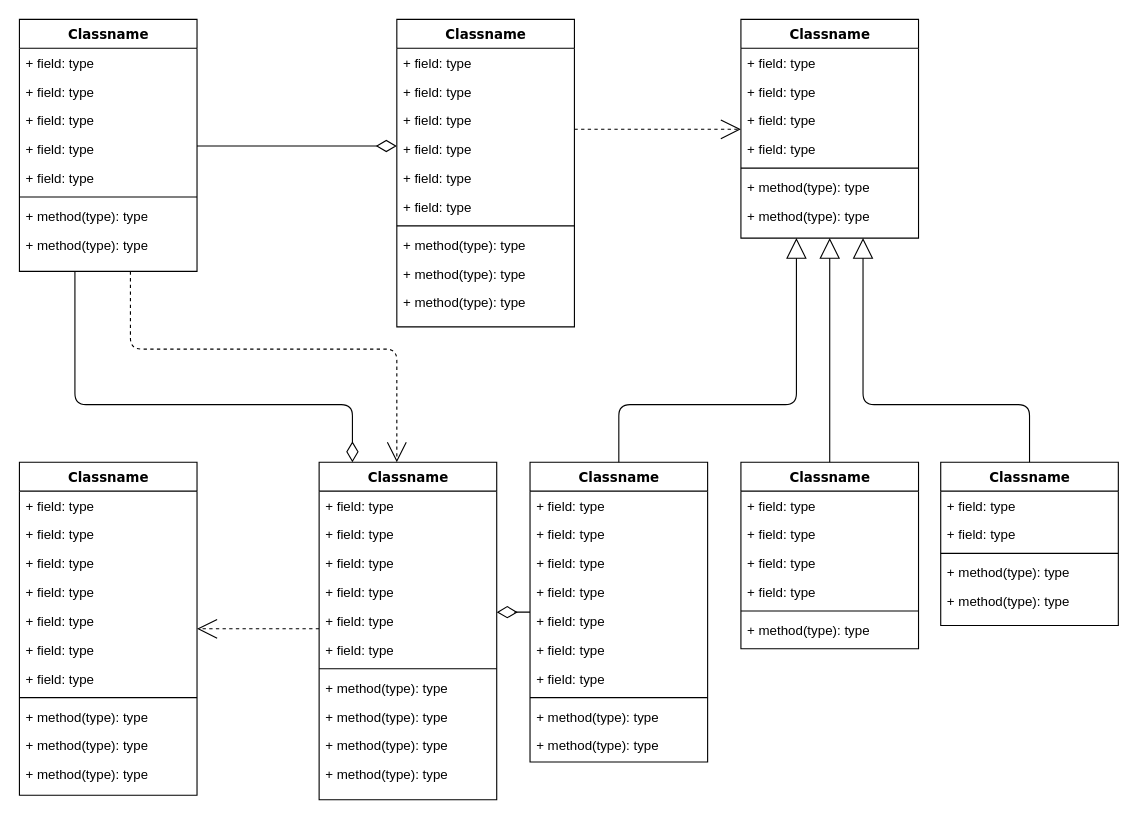
Above: Untitled Diagram.drawio in potatopublic/AFL_Analysis (draw.io), before the change. Source tidied: cells renumbered, new cells numbered last; positions are measured from the earlier drawing's top-left corner, leaving out a move shared by most shapes. Both pictures are drawn from the tidied source at 111%, with x=0, y=0 at pixel (19, 19).
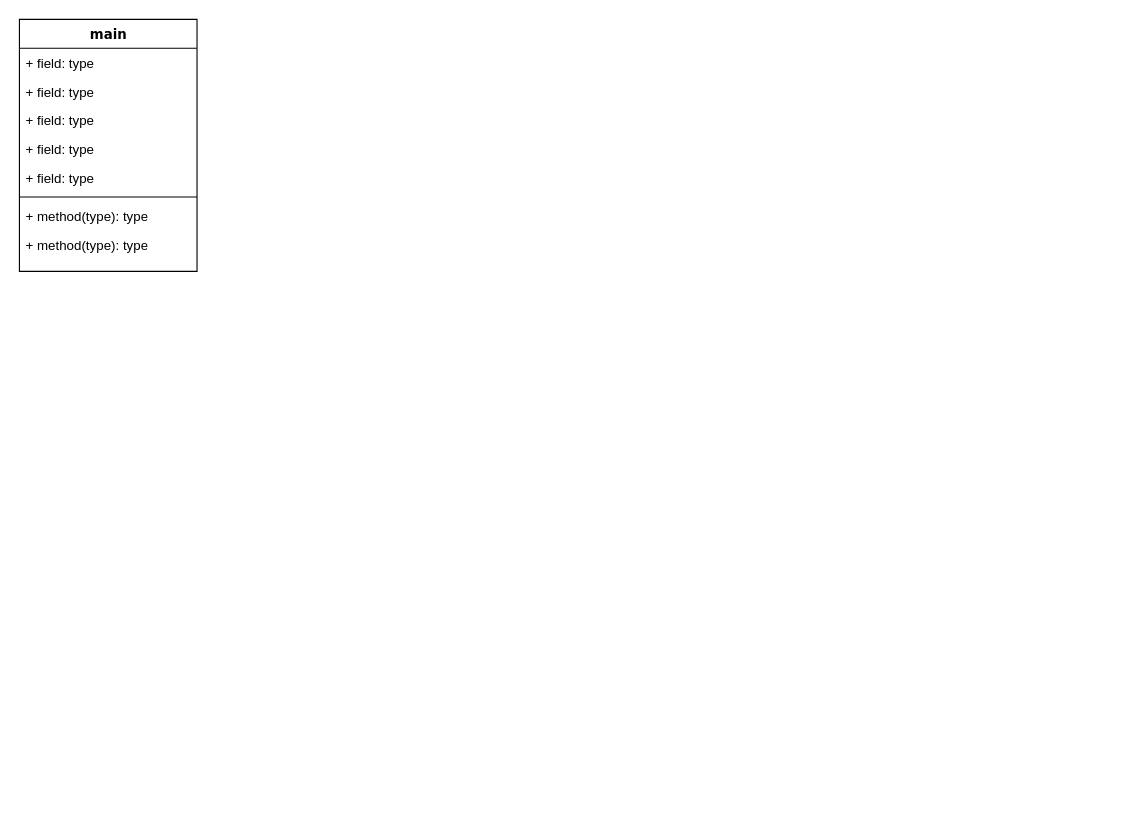
After the change.

Change to the diagram source:
```diff
@@
-    <mxCell id="2" style="edgeStyle=orthogonalEdgeStyle;html=1;labelBackgroundColor=none;startFill=0;startSize=8;endArrow=open;endFill=0;endSize=16;fontFamily=Verdana;fontSize=12;dashed=1;" parent="1" edge="1" source="4" target="47">
-      <mxGeometry relative="1" as="geometry">
-        <Array as="points">
-          <mxPoint x="100" y="297" />
-          <mxPoint x="340" y="297" />
-        </Array>
-      </mxGeometry>
-    </mxCell>
-    <mxCell id="3" style="edgeStyle=orthogonalEdgeStyle;html=1;labelBackgroundColor=none;startFill=0;startSize=8;endArrow=diamondThin;endFill=0;endSize=16;fontFamily=Verdana;fontSize=12;" parent="1" edge="1" source="4" target="47">
-      <mxGeometry relative="1" as="geometry">
-        <Array as="points">
-          <mxPoint x="50" y="347" />
-          <mxPoint x="300" y="347" />
-        </Array>
-      </mxGeometry>
-    </mxCell>
-    <mxCell id="4" value="Classname" style="swimlane;html=1;fontStyle=1;align=center;verticalAlign=top;horizontal=1;startSize=26;swimlaneFillColor=#ffffff;rounded=0;shadow=0;comic=0;labelBackgroundColor=none;strokeWidth=1;fillColor=none;fontFamily=Verdana;fontSize=12;" parent="1" vertex="1">
+    <mxCell id="4" value="main" style="swimlane;html=1;fontStyle=1;align=center;verticalAlign=top;horizontal=1;startSize=26;swimlaneFillColor=#ffffff;rounded=0;shadow=0;comic=0;labelBackgroundColor=none;strokeWidth=1;fillColor=none;fontFamily=Verdana;fontSize=12;" parent="1" vertex="1">
       <mxGeometry width="160" height="227" as="geometry" />
     </mxCell>
@@
-    <mxCell id="13" style="edgeStyle=elbowEdgeStyle;html=1;labelBackgroundColor=none;startFill=0;startSize=8;endArrow=open;endFill=0;endSize=16;fontFamily=Verdana;fontSize=12;elbow=vertical;dashed=1;" parent="1" edge="1" source="14" target="25">
-      <mxGeometry relative="1" as="geometry" />
-    </mxCell>
-    <mxCell id="14" value="Classname" style="swimlane;html=1;fontStyle=1;align=center;verticalAlign=top;horizontal=1;startSize=26;swimlaneFillColor=#ffffff;rounded=0;shadow=0;comic=0;labelBackgroundColor=none;strokeWidth=1;fillColor=none;fontFamily=Verdana;fontSize=12;" parent="1" vertex="1">
-      <mxGeometry x="340" width="160" height="277" as="geometry" />
-    </mxCell>
-    <mxCell id="15" value="+ field: type" style="text;html=1;strokeColor=none;fillColor=none;align=left;verticalAlign=top;spacingLeft=4;spacingRight=4;whiteSpace=wrap;overflow=hidden;" parent="14" vertex="1">
-      <mxGeometry y="26" width="160" height="26" as="geometry" />
-    </mxCell>
-    <mxCell id="16" value="+ field: type" style="text;html=1;strokeColor=none;fillColor=none;align=left;verticalAlign=top;spacingLeft=4;spacingRight=4;whiteSpace=wrap;overflow=hidden;" parent="14" vertex="1">
-      <mxGeometry y="52" width="160" height="26" as="geometry" />
-    </mxCell>
-    <mxCell id="17" value="+ field: type" style="text;html=1;strokeColor=none;fillColor=none;align=left;verticalAlign=top;spacingLeft=4;spacingRight=4;whiteSpace=wrap;overflow=hidden;" parent="14" vertex="1">
-      <mxGeometry y="78" width="160" height="26" as="geometry" />
-    </mxCell>
-    <mxCell id="18" value="+ field: type" style="text;html=1;strokeColor=none;fillColor=none;align=left;verticalAlign=top;spacingLeft=4;spacingRight=4;whiteSpace=wrap;overflow=hidden;" parent="14" vertex="1">
-      <mxGeometry y="104" width="160" height="26" as="geometry" />
-    </mxCell>
-    <mxCell id="19" value="+ field: type" style="text;html=1;strokeColor=none;fillColor=none;align=left;verticalAlign=top;spacingLeft=4;spacingRight=4;whiteSpace=wrap;overflow=hidden;" parent="14" vertex="1">
-      <mxGeometry y="130" width="160" height="26" as="geometry" />
-    </mxCell>
-    <mxCell id="20" value="+ field: type" style="text;html=1;strokeColor=none;fillColor=none;align=left;verticalAlign=top;spacingLeft=4;spacingRight=4;whiteSpace=wrap;overflow=hidden;" parent="14" vertex="1">
-      <mxGeometry y="156" width="160" height="26" as="geometry" />
-    </mxCell>
-    <mxCell id="21" style="line;html=1;strokeWidth=1;fillColor=none;align=left;verticalAlign=middle;spacingTop=-1;spacingLeft=3;spacingRight=3;labelPosition=right;" parent="14" vertex="1">
-      <mxGeometry y="182" width="160" height="8" as="geometry" />
-    </mxCell>
-    <mxCell id="22" value="+ method(type): type" style="text;html=1;strokeColor=none;fillColor=none;align=left;verticalAlign=top;spacingLeft=4;spacingRight=4;whiteSpace=wrap;overflow=hidden;" parent="14" vertex="1">
-      <mxGeometry y="190" width="160" height="26" as="geometry" />
-    </mxCell>
-    <mxCell id="23" value="+ method(type): type" style="text;html=1;strokeColor=none;fillColor=none;align=left;verticalAlign=top;spacingLeft=4;spacingRight=4;whiteSpace=wrap;overflow=hidden;" parent="14" vertex="1">
-      <mxGeometry y="216" width="160" height="26" as="geometry" />
-    </mxCell>
-    <mxCell id="24" value="+ method(type): type" style="text;html=1;strokeColor=none;fillColor=none;align=left;verticalAlign=top;spacingLeft=4;spacingRight=4;whiteSpace=wrap;overflow=hidden;" parent="14" vertex="1">
-      <mxGeometry y="242" width="160" height="26" as="geometry" />
-    </mxCell>
-    <mxCell id="25" value="Classname" style="swimlane;html=1;fontStyle=1;align=center;verticalAlign=top;horizontal=1;startSize=26;swimlaneFillColor=#ffffff;rounded=0;shadow=0;comic=0;labelBackgroundColor=none;strokeWidth=1;fillColor=none;fontFamily=Verdana;fontSize=12;" parent="1" vertex="1">
-      <mxGeometry x="650" width="160" height="197" as="geometry" />
-    </mxCell>
-    <mxCell id="26" value="+ field: type" style="text;html=1;strokeColor=none;fillColor=none;align=left;verticalAlign=top;spacingLeft=4;spacingRight=4;whiteSpace=wrap;overflow=hidden;" parent="25" vertex="1">
-      <mxGeometry y="26" width="160" height="26" as="geometry" />
-    </mxCell>
-    <mxCell id="27" value="+ field: type" style="text;html=1;strokeColor=none;fillColor=none;align=left;verticalAlign=top;spacingLeft=4;spacingRight=4;whiteSpace=wrap;overflow=hidden;" parent="25" vertex="1">
-      <mxGeometry y="52" width="160" height="26" as="geometry" />
-    </mxCell>
-    <mxCell id="28" value="+ field: type" style="text;html=1;strokeColor=none;fillColor=none;align=left;verticalAlign=top;spacingLeft=4;spacingRight=4;whiteSpace=wrap;overflow=hidden;" parent="25" vertex="1">
-      <mxGeometry y="78" width="160" height="26" as="geometry" />
-    </mxCell>
-    <mxCell id="29" value="+ field: type" style="text;html=1;strokeColor=none;fillColor=none;align=left;verticalAlign=top;spacingLeft=4;spacingRight=4;whiteSpace=wrap;overflow=hidden;" parent="25" vertex="1">
-      <mxGeometry y="104" width="160" height="26" as="geometry" />
-    </mxCell>
-    <mxCell id="30" style="line;html=1;strokeWidth=1;fillColor=none;align=left;verticalAlign=middle;spacingTop=-1;spacingLeft=3;spacingRight=3;labelPosition=right;" parent="25" vertex="1">
-      <mxGeometry y="130" width="160" height="8" as="geometry" />
-    </mxCell>
-    <mxCell id="31" value="+ method(type): type" style="text;html=1;strokeColor=none;fillColor=none;align=left;verticalAlign=top;spacingLeft=4;spacingRight=4;whiteSpace=wrap;overflow=hidden;" parent="25" vertex="1">
-      <mxGeometry y="138" width="160" height="26" as="geometry" />
-    </mxCell>
-    <mxCell id="32" value="+ method(type): type" style="text;html=1;strokeColor=none;fillColor=none;align=left;verticalAlign=top;spacingLeft=4;spacingRight=4;whiteSpace=wrap;overflow=hidden;" parent="25" vertex="1">
-      <mxGeometry y="164" width="160" height="26" as="geometry" />
-    </mxCell>
-    <mxCell id="33" style="edgeStyle=elbowEdgeStyle;html=1;labelBackgroundColor=none;startFill=0;startSize=8;endArrow=open;endFill=0;endSize=16;fontFamily=Verdana;fontSize=12;elbow=vertical;dashed=1;" parent="1" edge="1" source="47" target="34">
-      <mxGeometry relative="1" as="geometry" />
-    </mxCell>
-    <mxCell id="34" value="Classname" style="swimlane;html=1;fontStyle=1;align=center;verticalAlign=top;horizontal=1;startSize=26;swimlaneFillColor=#ffffff;rounded=0;shadow=0;comic=0;labelBackgroundColor=none;strokeWidth=1;fillColor=none;fontFamily=Verdana;fontSize=12;" parent="1" vertex="1">
-      <mxGeometry y="399" width="160" height="300" as="geometry" />
-    </mxCell>
-    <mxCell id="35" value="+ field: type" style="text;html=1;strokeColor=none;fillColor=none;align=left;verticalAlign=top;spacingLeft=4;spacingRight=4;whiteSpace=wrap;overflow=hidden;" parent="34" vertex="1">
-      <mxGeometry y="26" width="160" height="26" as="geometry" />
-    </mxCell>
-    <mxCell id="36" value="+ field: type" style="text;html=1;strokeColor=none;fillColor=none;align=left;verticalAlign=top;spacingLeft=4;spacingRight=4;whiteSpace=wrap;overflow=hidden;" parent="34" vertex="1">
-      <mxGeometry y="52" width="160" height="26" as="geometry" />
-    </mxCell>
-    <mxCell id="37" value="+ field: type" style="text;html=1;strokeColor=none;fillColor=none;align=left;verticalAlign=top;spacingLeft=4;spacingRight=4;whiteSpace=wrap;overflow=hidden;" parent="34" vertex="1">
-      <mxGeometry y="78" width="160" height="26" as="geometry" />
-    </mxCell>
-    <mxCell id="38" value="+ field: type" style="text;html=1;strokeColor=none;fillColor=none;align=left;verticalAlign=top;spacingLeft=4;spacingRight=4;whiteSpace=wrap;overflow=hidden;" parent="34" vertex="1">
-      <mxGeometry y="104" width="160" height="26" as="geometry" />
-    </mxCell>
-    <mxCell id="39" value="+ field: type" style="text;html=1;strokeColor=none;fillColor=none;align=left;verticalAlign=top;spacingLeft=4;spacingRight=4;whiteSpace=wrap;overflow=hidden;" parent="34" vertex="1">
-      <mxGeometry y="130" width="160" height="26" as="geometry" />
-    </mxCell>
-    <mxCell id="40" value="+ field: type" style="text;html=1;strokeColor=none;fillColor=none;align=left;verticalAlign=top;spacingLeft=4;spacingRight=4;whiteSpace=wrap;overflow=hidden;" parent="34" vertex="1">
-      <mxGeometry y="156" width="160" height="26" as="geometry" />
-    </mxCell>
-    <mxCell id="41" value="+ field: type" style="text;html=1;strokeColor=none;fillColor=none;align=left;verticalAlign=top;spacingLeft=4;spacingRight=4;whiteSpace=wrap;overflow=hidden;" parent="34" vertex="1">
-      <mxGeometry y="182" width="160" height="26" as="geometry" />
-    </mxCell>
-    <mxCell id="42" style="line;html=1;strokeWidth=1;fillColor=none;align=left;verticalAlign=middle;spacingTop=-1;spacingLeft=3;spacingRight=3;labelPosition=right;" parent="34" vertex="1">
-      <mxGeometry y="208" width="160" height="8" as="geometry" />
-    </mxCell>
-    <mxCell id="43" value="+ method(type): type" style="text;html=1;strokeColor=none;fillColor=none;align=left;verticalAlign=top;spacingLeft=4;spacingRight=4;whiteSpace=wrap;overflow=hidden;" parent="34" vertex="1">
-      <mxGeometry y="216" width="160" height="26" as="geometry" />
-    </mxCell>
-    <mxCell id="44" value="+ method(type): type" style="text;html=1;strokeColor=none;fillColor=none;align=left;verticalAlign=top;spacingLeft=4;spacingRight=4;whiteSpace=wrap;overflow=hidden;" parent="34" vertex="1">
-      <mxGeometry y="242" width="160" height="26" as="geometry" />
-    </mxCell>
-    <mxCell id="45" value="+ method(type): type" style="text;html=1;strokeColor=none;fillColor=none;align=left;verticalAlign=top;spacingLeft=4;spacingRight=4;whiteSpace=wrap;overflow=hidden;" parent="34" vertex="1">
-      <mxGeometry y="268" width="160" height="26" as="geometry" />
-    </mxCell>
-    <mxCell id="46" style="edgeStyle=elbowEdgeStyle;html=1;labelBackgroundColor=none;startFill=0;startSize=8;endArrow=diamondThin;endFill=0;endSize=16;fontFamily=Verdana;fontSize=12;elbow=vertical;" parent="1" edge="1" source="60" target="47">
-      <mxGeometry relative="1" as="geometry" />
-    </mxCell>
-    <mxCell id="47" value="Classname" style="swimlane;html=1;fontStyle=1;align=center;verticalAlign=top;horizontal=1;startSize=26;swimlaneFillColor=#ffffff;rounded=0;shadow=0;comic=0;labelBackgroundColor=none;strokeWidth=1;fillColor=none;fontFamily=Verdana;fontSize=12;" parent="1" vertex="1">
-      <mxGeometry x="270" y="399" width="160" height="304" as="geometry" />
-    </mxCell>
-    <mxCell id="48" value="+ field: type" style="text;html=1;strokeColor=none;fillColor=none;align=left;verticalAlign=top;spacingLeft=4;spacingRight=4;whiteSpace=wrap;overflow=hidden;" parent="47" vertex="1">
-      <mxGeometry y="26" width="160" height="26" as="geometry" />
-    </mxCell>
-    <mxCell id="49" value="+ field: type" style="text;html=1;strokeColor=none;fillColor=none;align=left;verticalAlign=top;spacingLeft=4;spacingRight=4;whiteSpace=wrap;overflow=hidden;" parent="47" vertex="1">
-      <mxGeometry y="52" width="160" height="26" as="geometry" />
-    </mxCell>
-    <mxCell id="50" value="+ field: type" style="text;html=1;strokeColor=none;fillColor=none;align=left;verticalAlign=top;spacingLeft=4;spacingRight=4;whiteSpace=wrap;overflow=hidden;" parent="47" vertex="1">
-      <mxGeometry y="78" width="160" height="26" as="geometry" />
-    </mxCell>
-    <mxCell id="51" value="+ field: type" style="text;html=1;strokeColor=none;fillColor=none;align=left;verticalAlign=top;spacingLeft=4;spacingRight=4;whiteSpace=wrap;overflow=hidden;" parent="47" vertex="1">
-      <mxGeometry y="104" width="160" height="26" as="geometry" />
-    </mxCell>
-    <mxCell id="52" value="+ field: type" style="text;html=1;strokeColor=none;fillColor=none;align=left;verticalAlign=top;spacingLeft=4;spacingRight=4;whiteSpace=wrap;overflow=hidden;" parent="47" vertex="1">
-      <mxGeometry y="130" width="160" height="26" as="geometry" />
-    </mxCell>
-    <mxCell id="53" value="+ field: type" style="text;html=1;strokeColor=none;fillColor=none;align=left;verticalAlign=top;spacingLeft=4;spacingRight=4;whiteSpace=wrap;overflow=hidden;" parent="47" vertex="1">
-      <mxGeometry y="156" width="160" height="26" as="geometry" />
-    </mxCell>
-    <mxCell id="54" style="line;html=1;strokeWidth=1;fillColor=none;align=left;verticalAlign=middle;spacingTop=-1;spacingLeft=3;spacingRight=3;labelPosition=right;" parent="47" vertex="1">
-      <mxGeometry y="182" width="160" height="8" as="geometry" />
-    </mxCell>
-    <mxCell id="55" value="+ method(type): type" style="text;html=1;strokeColor=none;fillColor=none;align=left;verticalAlign=top;spacingLeft=4;spacingRight=4;whiteSpace=wrap;overflow=hidden;" parent="47" vertex="1">
-      <mxGeometry y="190" width="160" height="26" as="geometry" />
-    </mxCell>
-    <mxCell id="56" value="+ method(type): type" style="text;html=1;strokeColor=none;fillColor=none;align=left;verticalAlign=top;spacingLeft=4;spacingRight=4;whiteSpace=wrap;overflow=hidden;" parent="47" vertex="1">
-      <mxGeometry y="216" width="160" height="26" as="geometry" />
-    </mxCell>
-    <mxCell id="57" value="+ method(type): type" style="text;html=1;strokeColor=none;fillColor=none;align=left;verticalAlign=top;spacingLeft=4;spacingRight=4;whiteSpace=wrap;overflow=hidden;" parent="47" vertex="1">
-      <mxGeometry y="242" width="160" height="26" as="geometry" />
-    </mxCell>
-    <mxCell id="58" value="+ method(type): type" style="text;html=1;strokeColor=none;fillColor=none;align=left;verticalAlign=top;spacingLeft=4;spacingRight=4;whiteSpace=wrap;overflow=hidden;" parent="47" vertex="1">
-      <mxGeometry y="268" width="160" height="26" as="geometry" />
-    </mxCell>
-    <mxCell id="59" style="edgeStyle=orthogonalEdgeStyle;html=1;labelBackgroundColor=none;startFill=0;startSize=8;endArrow=block;endFill=0;endSize=16;fontFamily=Verdana;fontSize=12;" parent="1" edge="1" source="60" target="25">
-      <mxGeometry relative="1" as="geometry">
-        <Array as="points">
-          <mxPoint x="540" y="347" />
-          <mxPoint x="700" y="347" />
-        </Array>
-      </mxGeometry>
-    </mxCell>
-    <mxCell id="60" value="Classname" style="swimlane;html=1;fontStyle=1;align=center;verticalAlign=top;horizontal=1;startSize=26;swimlaneFillColor=#ffffff;rounded=0;shadow=0;comic=0;labelBackgroundColor=none;strokeWidth=1;fillColor=none;fontFamily=Verdana;fontSize=12;" parent="1" vertex="1">
-      <mxGeometry x="460" y="399" width="160" height="270" as="geometry" />
-    </mxCell>
-    <mxCell id="61" value="+ field: type" style="text;html=1;strokeColor=none;fillColor=none;align=left;verticalAlign=top;spacingLeft=4;spacingRight=4;whiteSpace=wrap;overflow=hidden;" parent="60" vertex="1">
-      <mxGeometry y="26" width="160" height="26" as="geometry" />
-    </mxCell>
-    <mxCell id="62" value="+ field: type" style="text;html=1;strokeColor=none;fillColor=none;align=left;verticalAlign=top;spacingLeft=4;spacingRight=4;whiteSpace=wrap;overflow=hidden;" parent="60" vertex="1">
-      <mxGeometry y="52" width="160" height="26" as="geometry" />
-    </mxCell>
-    <mxCell id="63" value="+ field: type" style="text;html=1;strokeColor=none;fillColor=none;align=left;verticalAlign=top;spacingLeft=4;spacingRight=4;whiteSpace=wrap;overflow=hidden;" parent="60" vertex="1">
-      <mxGeometry y="78" width="160" height="26" as="geometry" />
-    </mxCell>
-    <mxCell id="64" value="+ field: type" style="text;html=1;strokeColor=none;fillColor=none;align=left;verticalAlign=top;spacingLeft=4;spacingRight=4;whiteSpace=wrap;overflow=hidden;" parent="60" vertex="1">
-      <mxGeometry y="104" width="160" height="26" as="geometry" />
-    </mxCell>
-    <mxCell id="65" value="+ field: type" style="text;html=1;strokeColor=none;fillColor=none;align=left;verticalAlign=top;spacingLeft=4;spacingRight=4;whiteSpace=wrap;overflow=hidden;" parent="60" vertex="1">
-      <mxGeometry y="130" width="160" height="26" as="geometry" />
-    </mxCell>
-    <mxCell id="66" value="+ field: type" style="text;html=1;strokeColor=none;fillColor=none;align=left;verticalAlign=top;spacingLeft=4;spacingRight=4;whiteSpace=wrap;overflow=hidden;" parent="60" vertex="1">
-      <mxGeometry y="156" width="160" height="26" as="geometry" />
-    </mxCell>
-    <mxCell id="67" value="+ field: type" style="text;html=1;strokeColor=none;fillColor=none;align=left;verticalAlign=top;spacingLeft=4;spacingRight=4;whiteSpace=wrap;overflow=hidden;" parent="60" vertex="1">
-      <mxGeometry y="182" width="160" height="26" as="geometry" />
-    </mxCell>
-    <mxCell id="68" style="line;html=1;strokeWidth=1;fillColor=none;align=left;verticalAlign=middle;spacingTop=-1;spacingLeft=3;spacingRight=3;labelPosition=right;" parent="60" vertex="1">
-      <mxGeometry y="208" width="160" height="8" as="geometry" />
-    </mxCell>
-    <mxCell id="69" value="+ method(type): type" style="text;html=1;strokeColor=none;fillColor=none;align=left;verticalAlign=top;spacingLeft=4;spacingRight=4;whiteSpace=wrap;overflow=hidden;" parent="60" vertex="1">
-      <mxGeometry y="216" width="160" height="26" as="geometry" />
-    </mxCell>
-    <mxCell id="70" value="+ method(type): type" style="text;html=1;strokeColor=none;fillColor=none;align=left;verticalAlign=top;spacingLeft=4;spacingRight=4;whiteSpace=wrap;overflow=hidden;" parent="60" vertex="1">
-      <mxGeometry y="242" width="160" height="26" as="geometry" />
-    </mxCell>
-    <mxCell id="71" style="edgeStyle=orthogonalEdgeStyle;html=1;labelBackgroundColor=none;startFill=0;startSize=8;endArrow=block;endFill=0;endSize=16;fontFamily=Verdana;fontSize=12;" parent="1" edge="1" source="72" target="25">
-      <mxGeometry relative="1" as="geometry" />
-    </mxCell>
-    <mxCell id="72" value="Classname" style="swimlane;html=1;fontStyle=1;align=center;verticalAlign=top;horizontal=1;startSize=26;swimlaneFillColor=#ffffff;rounded=0;shadow=0;comic=0;labelBackgroundColor=none;strokeWidth=1;fillColor=none;fontFamily=Verdana;fontSize=12;" parent="1" vertex="1">
-      <mxGeometry x="650" y="399" width="160" height="168" as="geometry" />
-    </mxCell>
-    <mxCell id="73" value="+ field: type" style="text;html=1;strokeColor=none;fillColor=none;align=left;verticalAlign=top;spacingLeft=4;spacingRight=4;whiteSpace=wrap;overflow=hidden;" parent="72" vertex="1">
-      <mxGeometry y="26" width="160" height="26" as="geometry" />
-    </mxCell>
-    <mxCell id="74" value="+ field: type" style="text;html=1;strokeColor=none;fillColor=none;align=left;verticalAlign=top;spacingLeft=4;spacingRight=4;whiteSpace=wrap;overflow=hidden;" parent="72" vertex="1">
-      <mxGeometry y="52" width="160" height="26" as="geometry" />
-    </mxCell>
-    <mxCell id="75" value="+ field: type" style="text;html=1;strokeColor=none;fillColor=none;align=left;verticalAlign=top;spacingLeft=4;spacingRight=4;whiteSpace=wrap;overflow=hidden;" parent="72" vertex="1">
-      <mxGeometry y="78" width="160" height="26" as="geometry" />
-    </mxCell>
-    <mxCell id="76" value="+ field: type" style="text;html=1;strokeColor=none;fillColor=none;align=left;verticalAlign=top;spacingLeft=4;spacingRight=4;whiteSpace=wrap;overflow=hidden;" parent="72" vertex="1">
-      <mxGeometry y="104" width="160" height="26" as="geometry" />
-    </mxCell>
-    <mxCell id="77" style="line;html=1;strokeWidth=1;fillColor=none;align=left;verticalAlign=middle;spacingTop=-1;spacingLeft=3;spacingRight=3;labelPosition=right;" parent="72" vertex="1">
-      <mxGeometry y="130" width="160" height="8" as="geometry" />
-    </mxCell>
-    <mxCell id="78" value="+ method(type): type" style="text;html=1;strokeColor=none;fillColor=none;align=left;verticalAlign=top;spacingLeft=4;spacingRight=4;whiteSpace=wrap;overflow=hidden;" parent="72" vertex="1">
-      <mxGeometry y="138" width="160" height="26" as="geometry" />
-    </mxCell>
-    <mxCell id="79" style="edgeStyle=orthogonalEdgeStyle;html=1;labelBackgroundColor=none;startFill=0;startSize=8;endArrow=block;endFill=0;endSize=16;fontFamily=Verdana;fontSize=12;" parent="1" edge="1" source="80" target="25">
-      <mxGeometry relative="1" as="geometry">
-        <Array as="points">
-          <mxPoint x="910" y="347" />
-          <mxPoint x="760" y="347" />
-        </Array>
-      </mxGeometry>
-    </mxCell>
-    <mxCell id="80" value="Classname" style="swimlane;html=1;fontStyle=1;align=center;verticalAlign=top;horizontal=1;startSize=26;swimlaneFillColor=#ffffff;rounded=0;shadow=0;comic=0;labelBackgroundColor=none;strokeWidth=1;fillColor=none;fontFamily=Verdana;fontSize=12;" parent="1" vertex="1">
-      <mxGeometry x="830" y="399" width="160" height="147" as="geometry" />
-    </mxCell>
-    <mxCell id="81" value="+ field: type" style="text;html=1;strokeColor=none;fillColor=none;align=left;verticalAlign=top;spacingLeft=4;spacingRight=4;whiteSpace=wrap;overflow=hidden;" parent="80" vertex="1">
-      <mxGeometry y="26" width="160" height="26" as="geometry" />
-    </mxCell>
-    <mxCell id="82" value="+ field: type" style="text;html=1;strokeColor=none;fillColor=none;align=left;verticalAlign=top;spacingLeft=4;spacingRight=4;whiteSpace=wrap;overflow=hidden;" parent="80" vertex="1">
-      <mxGeometry y="52" width="160" height="26" as="geometry" />
-    </mxCell>
-    <mxCell id="83" style="line;html=1;strokeWidth=1;fillColor=none;align=left;verticalAlign=middle;spacingTop=-1;spacingLeft=3;spacingRight=3;labelPosition=right;" parent="80" vertex="1">
-      <mxGeometry y="78" width="160" height="8" as="geometry" />
-    </mxCell>
-    <mxCell id="84" value="+ method(type): type" style="text;html=1;strokeColor=none;fillColor=none;align=left;verticalAlign=top;spacingLeft=4;spacingRight=4;whiteSpace=wrap;overflow=hidden;" parent="80" vertex="1">
-      <mxGeometry y="86" width="160" height="26" as="geometry" />
-    </mxCell>
-    <mxCell id="85" value="+ method(type): type" style="text;html=1;strokeColor=none;fillColor=none;align=left;verticalAlign=top;spacingLeft=4;spacingRight=4;whiteSpace=wrap;overflow=hidden;" parent="80" vertex="1">
-      <mxGeometry y="112" width="160" height="26" as="geometry" />
-    </mxCell>
-    <mxCell id="86" style="edgeStyle=elbowEdgeStyle;html=1;labelBackgroundColor=none;startFill=0;startSize=8;endArrow=diamondThin;endFill=0;endSize=16;fontFamily=Verdana;fontSize=12;elbow=vertical;" parent="1" edge="1" source="4" target="14">
-      <mxGeometry relative="1" as="geometry" />
-    </mxCell>
```
